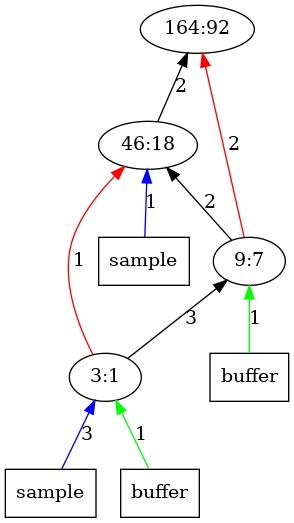
The Graphviz diagram outputImages/op92.png.png in AbhikKhan/MTP_IITG, before a commit. Its source is kept beside it as outputTrees/op92.dot. The source it was exported from:
```dot
digraph Tree{
	rankdir="BT"
	1 [label = "164:92"];
	2 -> 1 [label = "2", color = "black"];
	x21 -> 2 [label = "1", color = "blue"];
	x21 [label = "sample", shape = "box"];
	2 [label = "46:18"];
	3 -> 2 [label = "2", color = "black"];
	3 -> 1 [label = "2", color = "red"];
	x32 -> 3 [label = "1", color = "green"];
	x32 [label = "buffer", shape = "box"];
	3 [label = "9:7"];
	4 -> 2 [label = "1", color = "red"];
	4 -> 3 [label = "3", color = "black"];
	x41 -> 4 [label = "3", color = "blue"];
	x41 [label = "sample", shape = "box"];
	x42 -> 4 [label = "1", color = "green"];
	x42 [label = "buffer", shape = "box"];
	4 [label = "3:1"];
}
```
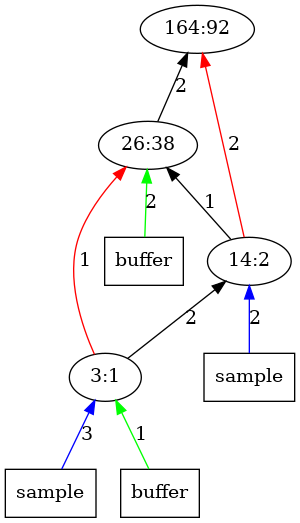
The same file after the commit.

What changed in the source:
```diff
@@ -1,17 +1,17 @@
 digraph Tree{
 	rankdir="BT"
 	1 [label = "164:92"];
+	x22 -> 2 [label = "2", color = "green"];
+	x22 [label = "buffer", shape = "box"];
 	2 -> 1 [label = "2", color = "black"];
-	x21 -> 2 [label = "1", color = "blue"];
-	x21 [label = "sample", shape = "box"];
-	2 [label = "46:18"];
-	3 -> 2 [label = "2", color = "black"];
+	2 [label = "26:38"];
 	3 -> 1 [label = "2", color = "red"];
-	x32 -> 3 [label = "1", color = "green"];
-	x32 [label = "buffer", shape = "box"];
-	3 [label = "9:7"];
+	3 -> 2 [label = "1", color = "black"];
+	x31 -> 3 [label = "2", color = "blue"];
+	x31 [label = "sample", shape = "box"];
+	3 [label = "14:2"];
+	4 -> 3 [label = "2", color = "black"];
 	4 -> 2 [label = "1", color = "red"];
-	4 -> 3 [label = "3", color = "black"];
 	x41 -> 4 [label = "3", color = "blue"];
 	x41 [label = "sample", shape = "box"];
 	x42 -> 4 [label = "1", color = "green"];
```
